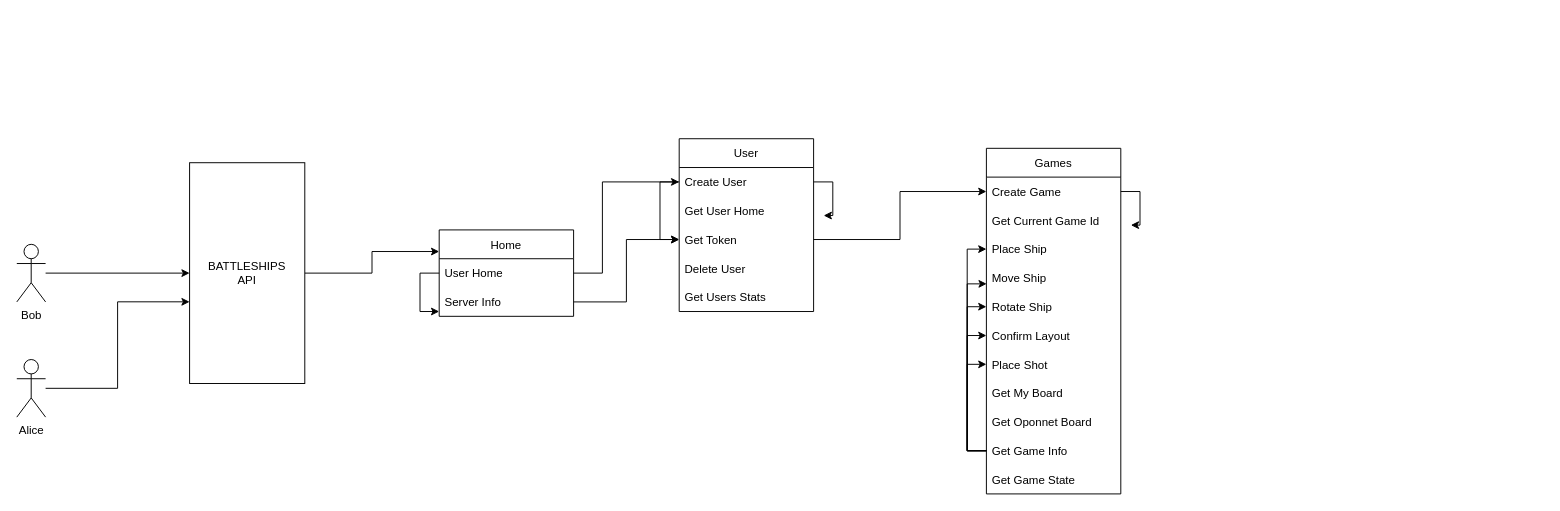
Before: code/jvm/daw-battleship-game/src/main/sql/squeeme.drawio in MiguelRocha2001/ISEL-DAW-Battleships-Game, a draw.io diagram. Source tidied: cells renumbered, new cells numbered last; positions are measured from the earlier drawing's top-left corner, leaving out a move shared by most shapes. Both pictures are drawn from the tidied source at 96%, with x=0, y=0 at pixel (16, 138).
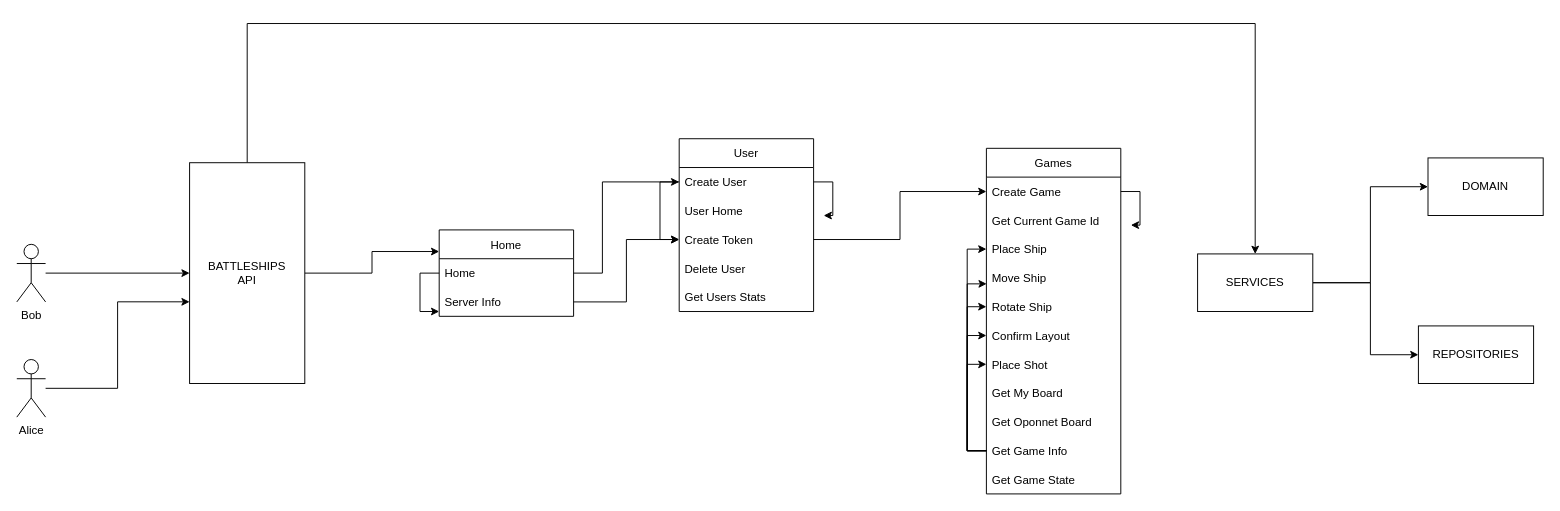
The same diagram, later.

Commit message (it also covers changes not shown here):
Domain bug (the playerTurn wasn't properly changed, after a place shot) fixed

The change refers to these unchanged cells:
```xml
<mxCell id="5" value="BATTLESHIPS &lt;br&gt;API" style="rounded=0;whiteSpace=wrap;html=1;" parent="1" vertex="1">
  <mxGeometry x="180" y="25" width="120" height="230" as="geometry" />
</mxCell>
<mxCell id="6" value="Home" style="swimlane;fontStyle=0;horizontal=1;startSize=30;" parent="1" vertex="1">
  <mxGeometry x="440" y="95" width="140" height="90" as="geometry" />
</mxCell>
<mxCell id="10" value="User" style="swimlane;fontStyle=0;horizontal=1;startSize=30;" parent="1" vertex="1">
  <mxGeometry x="690" width="140" height="180" as="geometry" />
</mxCell>
```

Change to the diagram source:
```diff
@@
+    <mxCell id="41" style="edgeStyle=orthogonalEdgeStyle;rounded=0;jettySize=auto;html=1;entryX=0.5;entryY=0;entryDx=0;entryDy=0;exitX=0.5;exitY=0;exitDx=0;exitDy=0;" parent="1" edge="1" source="5" target="44">
+      <mxGeometry relative="1" as="geometry">
+        <Array as="points">
+          <mxPoint x="240" y="-120" />
+          <mxPoint x="1290" y="-120" />
+        </Array>
+      </mxGeometry>
+    </mxCell>
@@
-    <mxCell id="8" value="User Home" style="text;strokeColor=none;fillColor=none;align=left;verticalAlign=middle;spacingLeft=4;spacingRight=4;overflow=hidden;points=[[0,0.5],[1,0.5]];portConstraint=eastwest;" parent="6" vertex="1">
+    <mxCell id="8" value="Home" style="text;strokeColor=none;fillColor=none;align=left;verticalAlign=middle;spacingLeft=4;spacingRight=4;overflow=hidden;points=[[0,0.5],[1,0.5]];portConstraint=eastwest;" parent="6" vertex="1">
       <mxGeometry y="30" width="140" height="30" as="geometry" />
     </mxCell>
@@
-    <mxCell id="13" value="Get User Home" style="text;strokeColor=none;fillColor=none;align=left;verticalAlign=middle;spacingLeft=4;spacingRight=4;overflow=hidden;" parent="10" vertex="1">
+    <mxCell id="13" value="User Home" style="text;strokeColor=none;fillColor=none;align=left;verticalAlign=middle;spacingLeft=4;spacingRight=4;overflow=hidden;" parent="10" vertex="1">
       <mxGeometry y="60" width="140" height="30" as="geometry" />
     </mxCell>
-    <mxCell id="14" value="Get Token" style="text;strokeColor=none;fillColor=none;align=left;verticalAlign=middle;spacingLeft=4;spacingRight=4;overflow=hidden;points=[[0,0.5],[1,0.5]];portConstraint=eastwest;" parent="10" vertex="1">
+    <mxCell id="14" value="Create Token" style="text;strokeColor=none;fillColor=none;align=left;verticalAlign=middle;spacingLeft=4;spacingRight=4;overflow=hidden;points=[[0,0.5],[1,0.5]];portConstraint=eastwest;" parent="10" vertex="1">
       <mxGeometry y="90" width="140" height="30" as="geometry" />
     </mxCell>
@@
+    <mxCell id="42" style="edgeStyle=orthogonalEdgeStyle;rounded=0;jettySize=auto;html=1;entryX=0;entryY=0.5;entryDx=0;entryDy=0;" parent="1" edge="1" source="44" target="45">
+      <mxGeometry relative="1" as="geometry" />
+    </mxCell>
+    <mxCell id="43" style="edgeStyle=orthogonalEdgeStyle;rounded=0;jettySize=auto;html=1;entryX=0;entryY=0.5;entryDx=0;entryDy=0;" parent="1" edge="1" source="44" target="46">
+      <mxGeometry relative="1" as="geometry">
+        <Array as="points">
+          <mxPoint x="1410" y="150" />
+          <mxPoint x="1410" y="225" />
+        </Array>
+      </mxGeometry>
+    </mxCell>
+    <mxCell id="44" value="SERVICES" style="rounded=0;whiteSpace=wrap;html=1;" parent="1" vertex="1">
+      <mxGeometry x="1230" y="120" width="120" height="60" as="geometry" />
+    </mxCell>
+    <mxCell id="45" value="DOMAIN" style="rounded=0;whiteSpace=wrap;html=1;" parent="1" vertex="1">
+      <mxGeometry x="1470" y="20" width="120" height="60" as="geometry" />
+    </mxCell>
+    <mxCell id="46" value="REPOSITORIES" style="rounded=0;whiteSpace=wrap;html=1;" parent="1" vertex="1">
+      <mxGeometry x="1460" y="195" width="120" height="60" as="geometry" />
+    </mxCell>
```
